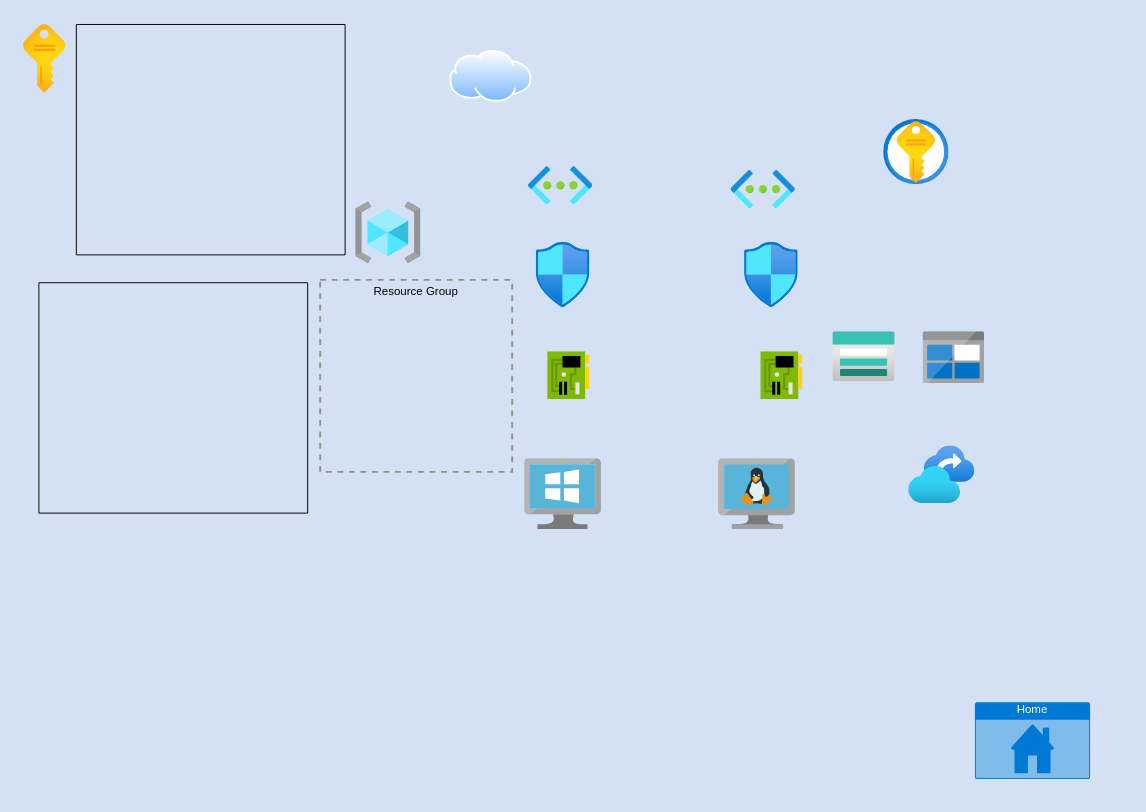
Before: v1.0.drawio in techgrounds/techgrounds-SaidTG, a draw.io diagram. Source tidied: cells renumbered, new cells numbered last; positions are measured from the earlier drawing's top-left corner, leaving out a move shared by most shapes. Both pictures are drawn from the tidied source at 96%, with x=0, y=0 at pixel (23, 24).
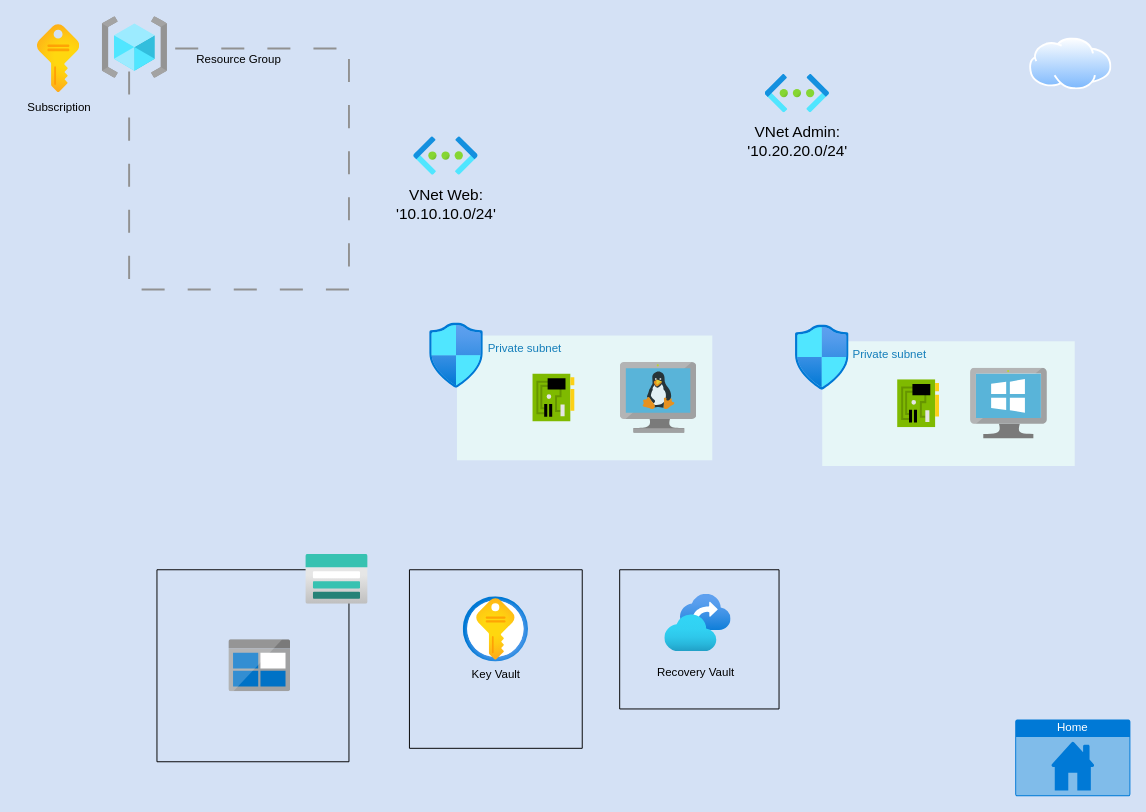
Above is the later version.

What changed in the source:
```diff
@@
-    <mxCell id="2" style="image;sketch=0;html=1;align=center;fontSize=12;image=img/lib/mscae/VM_Linux.svg;" parent="1" vertex="1">
-      <mxGeometry x="724" y="452.4" width="80" height="73.6" as="geometry" />
-    </mxCell>
-    <mxCell id="3" style="image;sketch=0;html=1;align=center;fontSize=12;image=img/lib/mscae/VirtualMachineWindows.svg;" parent="1" vertex="1">
-      <mxGeometry x="522" y="452.4" width="80" height="73.6" as="geometry" />
-    </mxCell>
     <mxCell id="4" value="Home" style="html=1;whiteSpace=wrap;strokeColor=none;fillColor=#0079D6;labelPosition=center;verticalLabelPosition=middle;verticalAlign=top;align=center;fontSize=12;spacingTop=-6;fontColor=#FFFFFF;sketch=0;shape=mxgraph.sitemap.home;" parent="1" vertex="1">
-      <mxGeometry x="991" y="706" width="120" height="80" as="geometry" />
+      <mxGeometry x="1033" y="724" width="120" height="80" as="geometry" />
     </mxCell>
     <mxCell id="5" style="image;html=1;align=center;fontSize=12;image=img/lib/azure2/networking/Virtual_Networks.svg;" parent="1" vertex="1">
-      <mxGeometry x="526" y="148" width="67" height="40" as="geometry" />
+      <mxGeometry x="772.5" y="52" width="67" height="40" as="geometry" />
     </mxCell>
     <mxCell id="6" style="image;html=1;align=center;fontSize=12;image=img/lib/azure2/networking/Virtual_Networks.svg;" parent="1" vertex="1">
-      <mxGeometry x="737" y="152" width="67" height="40" as="geometry" />
+      <mxGeometry x="406.5" y="117" width="67" height="40" as="geometry" />
     </mxCell>
-    <mxCell id="7" style="verticalLabelPosition=bottom;verticalAlign=top;html=1;shape=mxgraph.basic.rect;fillColor2=none;strokeWidth=1;size=20;indent=5;fillColor=none;strokeColor=default;shadow=0;" parent="1" vertex="1">
-      <mxGeometry x="55" width="280" height="240" as="geometry" />
-    </mxCell>
-    <mxCell id="8" style="verticalLabelPosition=bottom;verticalAlign=top;html=1;shape=mxgraph.basic.rect;fillColor2=none;strokeWidth=1;size=20;indent=5;fillColor=none;" parent="1" vertex="1">
-      <mxGeometry x="16" y="269" width="280" height="240" as="geometry" />
-    </mxCell>
-    <mxCell id="9" style="image;sketch=0;html=1;align=center;fontSize=12;image=img/lib/mscae/NetworkInterfaceCard.svg;" parent="1" vertex="1">
-      <mxGeometry x="546" y="341" width="44" height="50" as="geometry" />
-    </mxCell>
-    <mxCell id="10" style="image;sketch=0;html=1;align=center;fontSize=12;image=img/lib/mscae/NetworkInterfaceCard.svg;" parent="1" vertex="1">
-      <mxGeometry x="768" y="341" width="44" height="50" as="geometry" />
-    </mxCell>
-    <mxCell id="11" style="image;html=1;align=center;fontSize=12;image=img/lib/azure2/networking/Network_Security_Groups.svg;" parent="1" vertex="1">
-      <mxGeometry x="534" y="227" width="56" height="68" as="geometry" />
-    </mxCell>
-    <mxCell id="12" style="image;html=1;align=center;fontSize=12;image=img/lib/azure2/networking/Network_Security_Groups.svg;" parent="1" vertex="1">
-      <mxGeometry x="751" y="227" width="56" height="68" as="geometry" />
-    </mxCell>
+    <mxCell id="17" style="image;html=1;align=center;fontSize=12;image=img/lib/azure2/general/Subscriptions.svg;" parent="1" vertex="1">
+      <mxGeometry x="14.5" width="44" height="71" as="geometry" />
+    </mxCell>
+    <mxCell id="19" value="Resource Group" style="fontStyle=0;verticalAlign=top;align=center;spacingTop=-2;fillColor=none;rounded=0;whiteSpace=wrap;html=1;strokeColor=#919191;strokeWidth=2;dashed=1;dashPattern=12 12;" parent="1" vertex="1">
+      <mxGeometry x="110" y="25" width="229" height="251" as="geometry" />
+    </mxCell>
+    <mxCell id="18" style="image;html=1;align=center;fontSize=12;image=img/lib/azure2/general/Resource_Groups.svg;" parent="19" vertex="1">
+      <mxGeometry x="-28" y="-33" width="68" height="64" as="geometry" />
+    </mxCell>
+    <mxCell id="20" style="image;perimeter=ellipsePerimeter;html=1;align=center;shadow=0;dashed=0;spacingTop=3;image=img/lib/active_directory/internet_cloud.svg;" parent="1" vertex="1">
+      <mxGeometry x="1048" y="14" width="85.7" height="54" as="geometry" />
+    </mxCell>
+    <mxCell id="21" style="swimlane;startSize=0;" parent="1" vertex="1">
+      <mxGeometry x="139" y="568" width="200" height="200" as="geometry" />
+    </mxCell>
-    <mxCell id="13" style="image;html=1;align=center;fontSize=12;image=img/lib/azure2/storage/Storage_Accounts.svg;" parent="1" vertex="1">
-      <mxGeometry x="843" y="320" width="65" height="52" as="geometry" />
+    <mxCell id="13" style="image;html=1;align=center;fontSize=12;image=img/lib/azure2/storage/Storage_Accounts.svg;" parent="21" vertex="1">
+      <mxGeometry x="155" y="-16" width="65" height="52" as="geometry" />
     </mxCell>
-    <mxCell id="14" style="image;sketch=0;html=1;align=center;fontSize=12;image=img/lib/mscae/BlobBlock.svg;" parent="1" vertex="1">
-      <mxGeometry x="937" y="320" width="64.3" height="54" as="geometry" />
+    <mxCell id="14" style="image;sketch=0;html=1;align=center;fontSize=12;image=img/lib/mscae/BlobBlock.svg;" parent="21" vertex="1">
+      <mxGeometry x="75" y="73" width="64.3" height="54" as="geometry" />
     </mxCell>
+    <mxCell id="22" style="swimlane;startSize=0;" parent="1" vertex="1">
+      <mxGeometry x="402" y="568" width="180" height="186" as="geometry" />
+    </mxCell>
-    <mxCell id="15" style="image;html=1;align=center;fontSize=12;image=img/lib/azure2/security/Key_Vaults.svg;" parent="1" vertex="1">
-      <mxGeometry x="896" y="99" width="68" height="68" as="geometry" />
+    <mxCell id="15" style="image;html=1;align=center;fontSize=12;image=img/lib/azure2/security/Key_Vaults.svg;" parent="22" vertex="1">
+      <mxGeometry x="56" y="28" width="68" height="68" as="geometry" />
     </mxCell>
+    <mxCell id="23" value="&lt;div&gt;Key Vault&lt;/div&gt;" style="text;html=1;align=center;verticalAlign=middle;strokeColor=none;fillColor=none;" parent="22" vertex="1">
+      <mxGeometry x="56.5" y="96" width="67" height="26" as="geometry" />
+    </mxCell>
+    <mxCell id="24" style="swimlane;startSize=0;" parent="1" vertex="1">
+      <mxGeometry x="621" y="568" width="166" height="145" as="geometry" />
+    </mxCell>
+    <mxCell id="25" value="&lt;div&gt;Recovery Vault&lt;/div&gt;" style="text;html=1;align=center;verticalAlign=middle;strokeColor=none;fillColor=none;" parent="24" vertex="1">
+      <mxGeometry x="30" y="93.5" width="97" height="26" as="geometry" />
+    </mxCell>
-    <mxCell id="16" style="image;html=1;align=center;fontSize=12;image=img/lib/azure2/management_governance/Recovery_Services_Vaults.svg;" parent="1" vertex="1">
-      <mxGeometry x="922" y="439" width="69" height="60" as="geometry" />
+    <mxCell id="16" style="image;html=1;align=center;fontSize=12;image=img/lib/azure2/management_governance/Recovery_Services_Vaults.svg;" parent="24" vertex="1">
+      <mxGeometry x="47" y="25.5" width="69" height="60" as="geometry" />
     </mxCell>
-    <mxCell id="17" style="image;html=1;align=center;fontSize=12;image=img/lib/azure2/general/Subscriptions.svg;" parent="1" vertex="1">
-      <mxGeometry width="44" height="71" as="geometry" />
-    </mxCell>
-    <mxCell id="18" style="image;html=1;align=center;fontSize=12;image=img/lib/azure2/general/Resource_Groups.svg;" parent="1" vertex="1">
-      <mxGeometry x="346" y="185" width="68" height="64" as="geometry" />
-    </mxCell>
-    <mxCell id="19" value="Resource Group" style="fontStyle=0;verticalAlign=top;align=center;spacingTop=-2;fillColor=none;rounded=0;whiteSpace=wrap;html=1;strokeColor=#919191;strokeWidth=2;dashed=1;" parent="1" vertex="1">
-      <mxGeometry x="309" y="266" width="200" height="200" as="geometry" />
-    </mxCell>
-    <mxCell id="20" style="image;perimeter=ellipsePerimeter;html=1;align=center;shadow=0;dashed=0;spacingTop=3;image=img/lib/active_directory/internet_cloud.svg;" parent="1" vertex="1">
-      <mxGeometry x="444" y="27" width="85.7" height="54" as="geometry" />
-    </mxCell>
+    <mxCell id="26" value="Subscription" style="text;html=1;align=center;verticalAlign=middle;strokeColor=none;fillColor=none;" parent="1" vertex="1">
+      <mxGeometry x="-7" y="74" width="87" height="26" as="geometry" />
+    </mxCell>
+    <mxCell id="27" value="&lt;div style=&quot;font-size: 16px;&quot;&gt;&lt;font style=&quot;font-size: 16px;&quot;&gt;VNet Web:&lt;/font&gt;&lt;/div&gt;&lt;div style=&quot;font-size: 16px;&quot;&gt;&lt;font style=&quot;font-size: 16px;&quot;&gt;'10.10.10.0/24'&lt;font style=&quot;font-size: 16px;&quot;&gt;&lt;br&gt;&lt;/font&gt;&lt;/font&gt;&lt;/div&gt;" style="text;html=1;align=center;verticalAlign=middle;strokeColor=none;fillColor=none;" parent="1" vertex="1">
+      <mxGeometry x="379" y="162" width="122" height="50" as="geometry" />
+    </mxCell>
+    <mxCell id="28" value="Private subnet" style="gradientColor=none;html=1;whiteSpace=wrap;fontSize=12;fontStyle=0;shape=mxgraph.aws4.group;grIcon=mxgraph.aws4.group_security_group;grStroke=0;strokeColor=#00A4A6;fillColor=#E6F6F7;verticalAlign=top;align=left;spacingLeft=30;fontColor=#147EBA;dashed=0;" parent="1" vertex="1">
+      <mxGeometry x="832" y="330" width="263" height="130" as="geometry" />
+    </mxCell>
+    <mxCell id="9" style="image;sketch=0;html=1;align=center;fontSize=12;image=img/lib/mscae/NetworkInterfaceCard.svg;" parent="28" vertex="1">
+      <mxGeometry x="78.5" y="40" width="44" height="50" as="geometry" />
+    </mxCell>
+    <mxCell id="3" style="image;sketch=0;html=1;align=center;fontSize=12;image=img/lib/mscae/VirtualMachineWindows.svg;" parent="28" vertex="1">
+      <mxGeometry x="154.5" y="28.2" width="80" height="73.6" as="geometry" />
+    </mxCell>
+    <mxCell id="11" style="image;html=1;align=center;fontSize=12;image=img/lib/azure2/networking/Network_Security_Groups.svg;" parent="28" vertex="1">
+      <mxGeometry x="-28" y="-17" width="56" height="68" as="geometry" />
+    </mxCell>
+    <mxCell id="29" value="Private subnet" style="gradientColor=none;html=1;whiteSpace=wrap;fontSize=12;fontStyle=0;shape=mxgraph.aws4.group;grIcon=mxgraph.aws4.group_security_group;grStroke=0;strokeColor=#00A4A6;fillColor=#E6F6F7;verticalAlign=top;align=left;spacingLeft=30;fontColor=#147EBA;dashed=0;" parent="1" vertex="1">
+      <mxGeometry x="451.5" y="324" width="266" height="130" as="geometry" />
+    </mxCell>
+    <mxCell id="10" style="image;sketch=0;html=1;align=center;fontSize=12;image=img/lib/mscae/NetworkInterfaceCard.svg;" parent="29" vertex="1">
+      <mxGeometry x="79" y="40" width="44" height="50" as="geometry" />
+    </mxCell>
+    <mxCell id="2" style="image;sketch=0;html=1;align=center;fontSize=12;image=img/lib/mscae/VM_Linux.svg;" parent="29" vertex="1">
+      <mxGeometry x="170" y="28.2" width="80" height="73.6" as="geometry" />
+    </mxCell>
+    <mxCell id="30" value="&lt;div style=&quot;font-size: 16px;&quot;&gt;&lt;font style=&quot;font-size: 16px;&quot;&gt;VNet Admin:&lt;/font&gt;&lt;/div&gt;&lt;div style=&quot;font-size: 16px;&quot;&gt;&lt;font style=&quot;font-size: 16px;&quot;&gt;'10.20.20.0/24&lt;/font&gt;'&lt;/div&gt;" style="text;html=1;align=center;verticalAlign=middle;strokeColor=none;fillColor=none;" parent="1" vertex="1">
+      <mxGeometry x="745" y="97" width="122" height="50" as="geometry" />
+    </mxCell>
+    <mxCell id="12" style="image;html=1;align=center;fontSize=12;image=img/lib/azure2/networking/Network_Security_Groups.svg;" parent="1" vertex="1">
+      <mxGeometry x="423" y="311" width="56" height="68" as="geometry" />
+    </mxCell>
```
